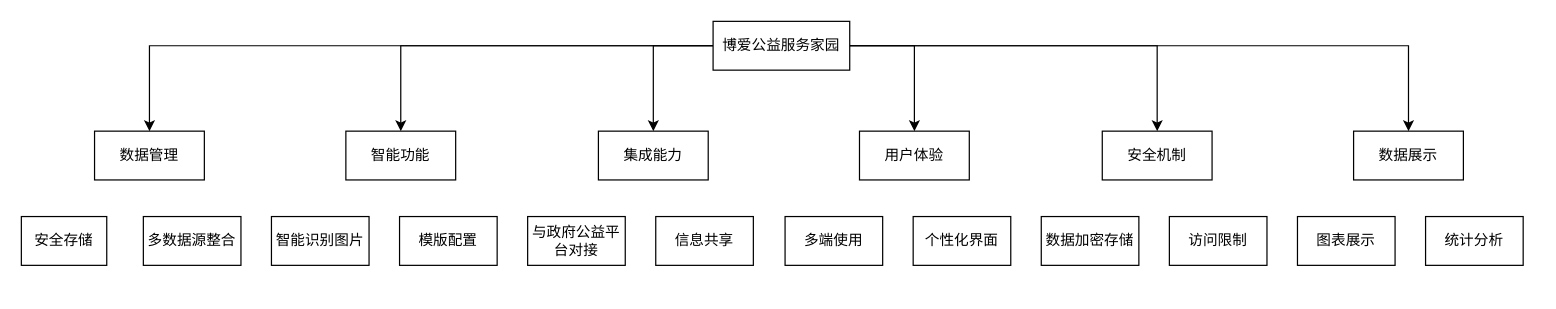
Before: project3.drawio in ouyangxiong-bit/deer-flow, a draw.io diagram. Source tidied: cells renumbered, new cells numbered last; positions are measured from the earlier drawing's top-left corner, leaving out a move shared by most shapes. Both pictures are drawn from the tidied source at 122%, with x=0, y=0 at pixel (21, 21).
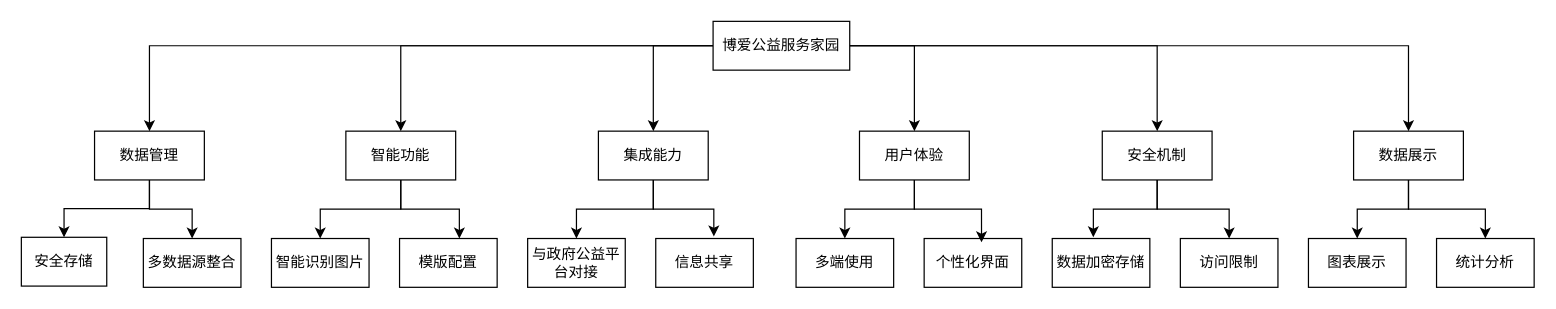
The same diagram, later.

Unchanged cells that the change refers to:
```xml
<mxCell id="9" value="数据管理" style="rounded=0;whiteSpace=wrap;html=1;" parent="1" vertex="1">
  <mxGeometry x="60" y="90" width="90" height="40" as="geometry" />
</mxCell>
<mxCell id="10" value="智能功能" style="rounded=0;whiteSpace=wrap;html=1;" parent="1" vertex="1">
  <mxGeometry x="266" y="90" width="90" height="40" as="geometry" />
</mxCell>
<mxCell id="11" value="集成能力" style="rounded=0;whiteSpace=wrap;html=1;" parent="1" vertex="1">
  <mxGeometry x="473" y="90" width="90" height="40" as="geometry" />
</mxCell>
<mxCell id="12" value="用户体验" style="rounded=0;whiteSpace=wrap;html=1;" parent="1" vertex="1">
  <mxGeometry x="687" y="90" width="90" height="40" as="geometry" />
</mxCell>
<mxCell id="13" value="安全机制" style="rounded=0;whiteSpace=wrap;html=1;" parent="1" vertex="1">
  <mxGeometry x="886" y="90" width="90" height="40" as="geometry" />
</mxCell>
<mxCell id="14" value="数据展示" style="rounded=0;whiteSpace=wrap;html=1;" parent="1" vertex="1">
  <mxGeometry x="1092" y="90" width="90" height="40" as="geometry" />
</mxCell>
```

What changed in the source:
```diff
@@
+    <mxCell id="27" style="edgeStyle=orthogonalEdgeStyle;rounded=0;jettySize=auto;html=1;entryX=0.5;entryY=0;entryDx=0;entryDy=0;" parent="1" edge="1" source="9" target="15">
+      <mxGeometry relative="1" as="geometry" />
+    </mxCell>
+    <mxCell id="28" style="edgeStyle=orthogonalEdgeStyle;rounded=0;jettySize=auto;html=1;entryX=0.5;entryY=0;entryDx=0;entryDy=0;" parent="1" edge="1" source="9" target="16">
+      <mxGeometry relative="1" as="geometry" />
+    </mxCell>
@@
+    <mxCell id="29" style="edgeStyle=orthogonalEdgeStyle;rounded=0;jettySize=auto;html=1;entryX=0.5;entryY=0;entryDx=0;entryDy=0;" parent="1" edge="1" source="10" target="17">
+      <mxGeometry relative="1" as="geometry" />
+    </mxCell>
@@
+    <mxCell id="30" style="edgeStyle=orthogonalEdgeStyle;rounded=0;jettySize=auto;html=1;entryX=0.5;entryY=0;entryDx=0;entryDy=0;" parent="1" edge="1" source="11" target="19">
+      <mxGeometry relative="1" as="geometry" />
+    </mxCell>
@@
+    <mxCell id="31" style="edgeStyle=orthogonalEdgeStyle;rounded=0;jettySize=auto;html=1;entryX=0.5;entryY=0;entryDx=0;entryDy=0;" parent="1" edge="1" source="12" target="21">
+      <mxGeometry relative="1" as="geometry" />
+    </mxCell>
@@
+    <mxCell id="32" style="edgeStyle=orthogonalEdgeStyle;rounded=0;jettySize=auto;html=1;entryX=0.5;entryY=0;entryDx=0;entryDy=0;" parent="1" edge="1" source="13" target="24">
+      <mxGeometry relative="1" as="geometry" />
+    </mxCell>
@@
+    <mxCell id="33" style="edgeStyle=orthogonalEdgeStyle;rounded=0;jettySize=auto;html=1;exitX=0.5;exitY=1;exitDx=0;exitDy=0;entryX=0.5;entryY=0;entryDx=0;entryDy=0;" parent="1" edge="1" source="14" target="25">
+      <mxGeometry relative="1" as="geometry" />
+    </mxCell>
+    <mxCell id="34" style="edgeStyle=orthogonalEdgeStyle;rounded=0;jettySize=auto;html=1;entryX=0.5;entryY=0;entryDx=0;entryDy=0;" parent="1" edge="1" source="14" target="26">
+      <mxGeometry relative="1" as="geometry" />
+    </mxCell>
@@
     <mxCell id="15" value="安全存储" style="rounded=0;whiteSpace=wrap;html=1;" parent="1" vertex="1">
-      <mxGeometry y="160" width="70" height="40" as="geometry" />
+      <mxGeometry y="177" width="70" height="40" as="geometry" />
     </mxCell>
     <mxCell id="16" value="多数据源整合" style="rounded=0;whiteSpace=wrap;html=1;" parent="1" vertex="1">
-      <mxGeometry x="100" y="160" width="80" height="40" as="geometry" />
+      <mxGeometry x="100" y="178" width="80" height="40" as="geometry" />
     </mxCell>
     <mxCell id="17" value="智能识别图片" style="rounded=0;whiteSpace=wrap;html=1;" parent="1" vertex="1">
-      <mxGeometry x="205" y="160" width="80" height="40" as="geometry" />
+      <mxGeometry x="205" y="178" width="80" height="40" as="geometry" />
     </mxCell>
     <mxCell id="18" value="&lt;div style=&quot;text-align: center;&quot;&gt;&lt;span style=&quot;text-align: start; background-color: transparent;&quot;&gt;模版配置&lt;/span&gt;&lt;/div&gt;" style="rounded=0;whiteSpace=wrap;html=1;" parent="1" vertex="1">
-      <mxGeometry x="310" y="160" width="80" height="40" as="geometry" />
+      <mxGeometry x="310" y="178" width="80" height="40" as="geometry" />
     </mxCell>
     <mxCell id="19" value="与政府公益平台对接" style="rounded=0;whiteSpace=wrap;html=1;" parent="1" vertex="1">
-      <mxGeometry x="415" y="160" width="80" height="40" as="geometry" />
+      <mxGeometry x="415" y="178" width="80" height="40" as="geometry" />
     </mxCell>
     <mxCell id="20" value="信息共享" style="rounded=0;whiteSpace=wrap;html=1;" parent="1" vertex="1">
-      <mxGeometry x="520" y="160" width="80" height="40" as="geometry" />
+      <mxGeometry x="520" y="178" width="80" height="40" as="geometry" />
     </mxCell>
     <mxCell id="21" value="多端使用" style="rounded=0;whiteSpace=wrap;html=1;" parent="1" vertex="1">
-      <mxGeometry x="626" y="160" width="80" height="40" as="geometry" />
+      <mxGeometry x="635" y="178" width="80" height="40" as="geometry" />
     </mxCell>
     <mxCell id="22" value="个性化界面" style="rounded=0;whiteSpace=wrap;html=1;" parent="1" vertex="1">
-      <mxGeometry x="731" y="160" width="80" height="40" as="geometry" />
+      <mxGeometry x="740" y="178" width="80" height="40" as="geometry" />
     </mxCell>
     <mxCell id="23" value="数据加密存储" style="rounded=0;whiteSpace=wrap;html=1;" parent="1" vertex="1">
-      <mxGeometry x="836" y="160" width="80" height="40" as="geometry" />
+      <mxGeometry x="845" y="178" width="80" height="40" as="geometry" />
     </mxCell>
     <mxCell id="24" value="访问限制" style="rounded=0;whiteSpace=wrap;html=1;" parent="1" vertex="1">
-      <mxGeometry x="941" y="160" width="80" height="40" as="geometry" />
+      <mxGeometry x="950" y="178" width="80" height="40" as="geometry" />
     </mxCell>
     <mxCell id="25" value="图表展示" style="rounded=0;whiteSpace=wrap;html=1;" parent="1" vertex="1">
-      <mxGeometry x="1046" y="160" width="80" height="40" as="geometry" />
+      <mxGeometry x="1055" y="178" width="80" height="40" as="geometry" />
     </mxCell>
     <mxCell id="26" value="统计分析" style="rounded=0;whiteSpace=wrap;html=1;" parent="1" vertex="1">
-      <mxGeometry x="1151" y="160" width="80" height="40" as="geometry" />
+      <mxGeometry x="1160" y="178" width="80" height="40" as="geometry" />
     </mxCell>
+    <mxCell id="35" style="edgeStyle=orthogonalEdgeStyle;rounded=0;jettySize=auto;html=1;entryX=0.613;entryY=0;entryDx=0;entryDy=0;entryPerimeter=0;" parent="1" edge="1" source="10" target="18">
+      <mxGeometry relative="1" as="geometry" />
+    </mxCell>
+    <mxCell id="36" style="edgeStyle=orthogonalEdgeStyle;rounded=0;jettySize=auto;html=1;entryX=0.595;entryY=-0.043;entryDx=0;entryDy=0;entryPerimeter=0;" parent="1" edge="1" source="11" target="20">
+      <mxGeometry relative="1" as="geometry" />
+    </mxCell>
+    <mxCell id="37" style="edgeStyle=orthogonalEdgeStyle;rounded=0;jettySize=auto;html=1;entryX=0.588;entryY=0.079;entryDx=0;entryDy=0;entryPerimeter=0;" parent="1" edge="1" source="12" target="22">
+      <mxGeometry relative="1" as="geometry" />
+    </mxCell>
+    <mxCell id="38" style="edgeStyle=orthogonalEdgeStyle;rounded=0;jettySize=auto;html=1;entryX=0.421;entryY=-0.025;entryDx=0;entryDy=0;entryPerimeter=0;" parent="1" edge="1" source="13" target="23">
+      <mxGeometry relative="1" as="geometry" />
+    </mxCell>
```
